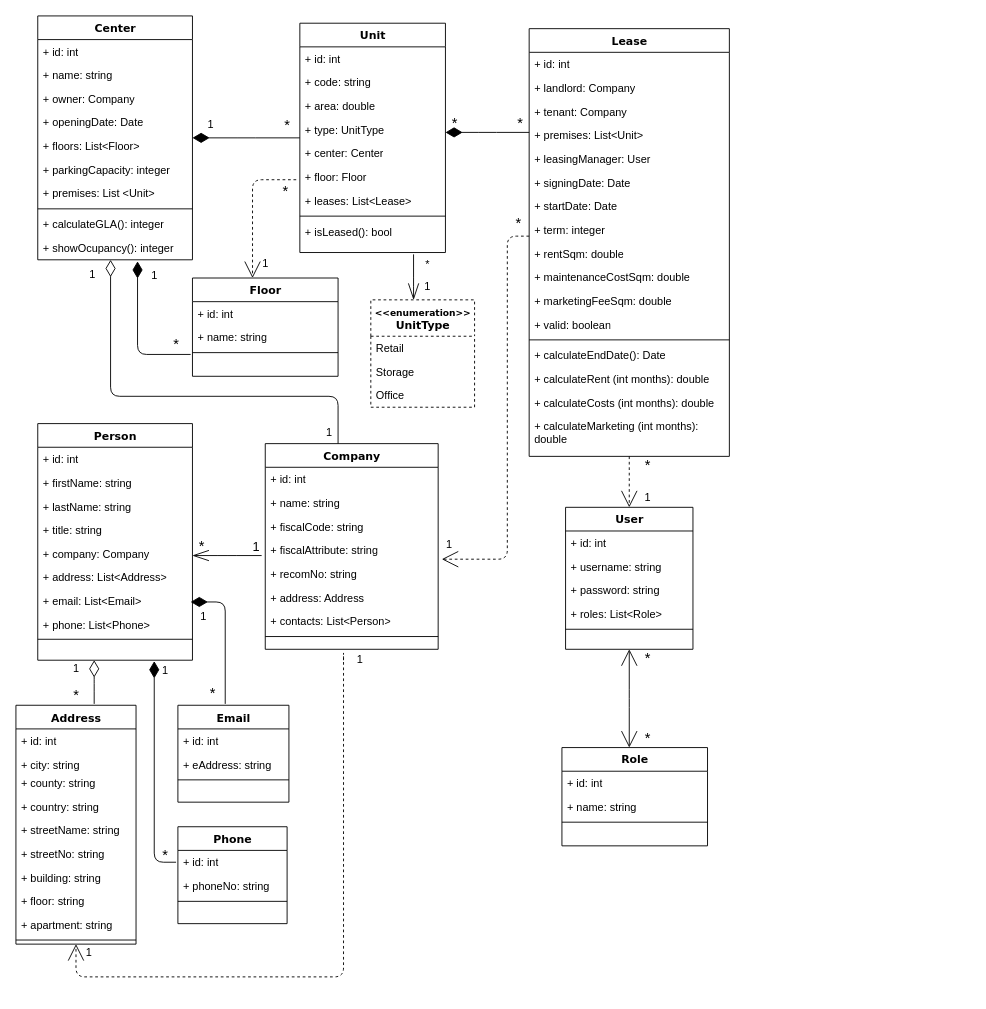
roxanamustata/RentAll keeps this draw.io diagram as Documentation/RentAll Diagram.drawio. Above is the earlier version. Source tidied: cells renumbered, new cells numbered last; positions are measured from the earlier drawing's top-left corner, leaving out a move shared by most shapes. Both pictures are drawn from the tidied source at 91%, with x=0, y=0 at pixel (15, 15).
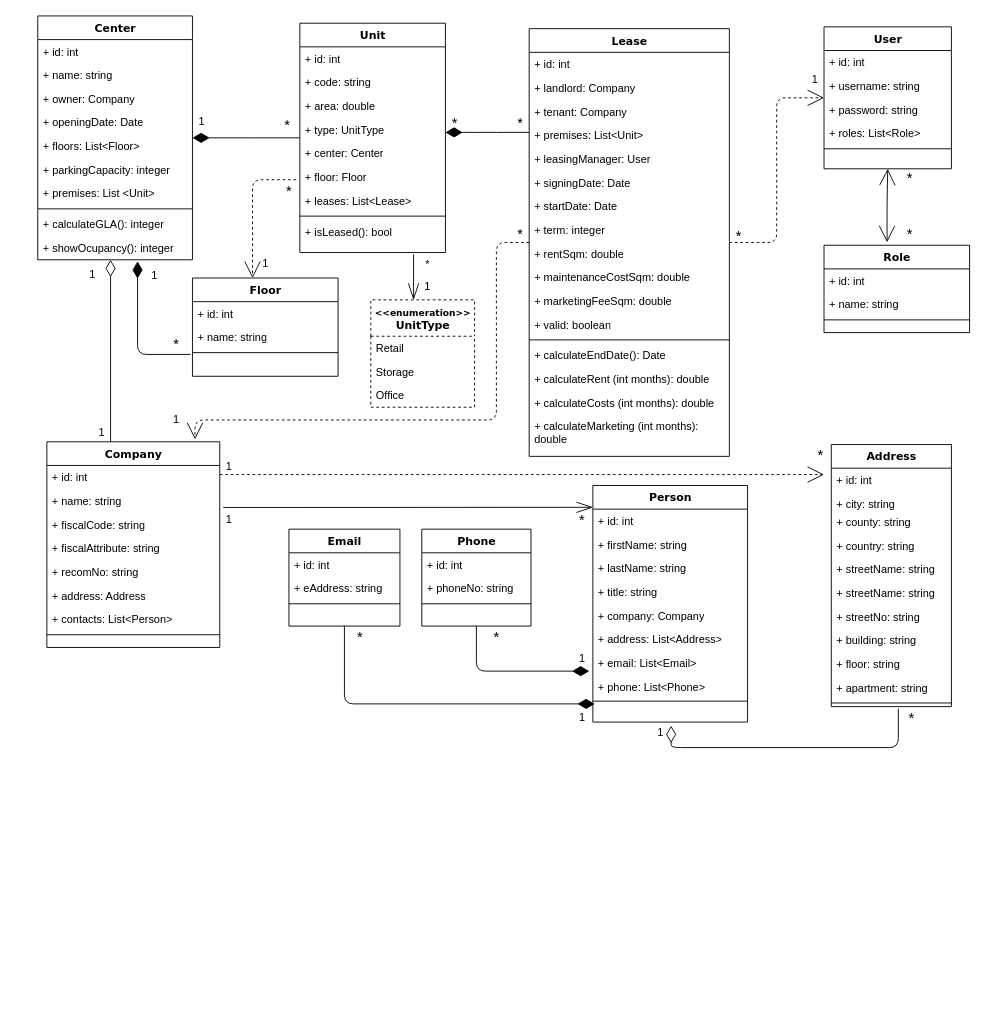
After the change.

The change refers to these unchanged cells:
```xml
<mxCell id="3" value="Center" style="swimlane;html=1;fontStyle=1;align=center;verticalAlign=top;horizontal=1;startSize=26;swimlaneFillColor=#ffffff;rounded=0;shadow=0;comic=0;labelBackgroundColor=none;strokeWidth=1;fillColor=none;fontFamily=Verdana;fontSize=12;" parent="1" vertex="1">
  <mxGeometry x="24" width="170" height="268" as="geometry" />
</mxCell>
<mxCell id="24" value="Lease" style="swimlane;html=1;fontStyle=1;align=center;verticalAlign=top;horizontal=1;startSize=26;swimlaneFillColor=#ffffff;rounded=0;shadow=0;comic=0;labelBackgroundColor=none;strokeWidth=1;fillColor=none;fontFamily=Verdana;fontSize=12;" parent="1" vertex="1">
  <mxGeometry x="564" y="14" width="220" height="470" as="geometry" />
</mxCell>
<mxCell id="51" style="line;html=1;strokeWidth=1;fillColor=none;align=left;verticalAlign=middle;spacingTop=-1;spacingLeft=3;spacingRight=3;labelPosition=right;points=[];portConstraint=eastwest;" parent="42" vertex="1">
  <mxGeometry y="234" width="170" height="6" as="geometry" />
</mxCell>
<mxCell id="54" value="+ name: string" style="text;html=1;strokeColor=none;fillColor=none;align=left;verticalAlign=top;spacingLeft=4;spacingRight=4;whiteSpace=wrap;overflow=hidden;points=[[0,0.5],[1,0.5]];portConstraint=eastwest;" parent="52" vertex="1">
  <mxGeometry y="52" width="190" height="26" as="geometry" />
</mxCell>
```

Change to the diagram source:
```diff
@@
     <mxCell id="2" style="edgeStyle=orthogonalEdgeStyle;html=1;labelBackgroundColor=none;startFill=0;startSize=8;endArrow=diamondThin;endFill=0;endSize=16;fontFamily=Verdana;fontSize=12;" parent="1" edge="1" source="52" target="3">
       <mxGeometry relative="1" as="geometry">
         <Array as="points">
-          <mxPoint x="354" y="418" />
-          <mxPoint x="104" y="418" />
+          <mxPoint x="104" y="432" />
+          <mxPoint x="104" y="432" />
         </Array>
       </mxGeometry>
     </mxCell>
@@
     <mxCell id="42" value="Person" style="swimlane;html=1;fontStyle=1;align=center;verticalAlign=top;horizontal=1;startSize=26;swimlaneFillColor=#ffffff;rounded=0;shadow=0;comic=0;labelBackgroundColor=none;strokeWidth=1;fillColor=none;fontFamily=Verdana;fontSize=12;" parent="1" vertex="1">
-      <mxGeometry x="24" y="448" width="170" height="260" as="geometry" />
+      <mxGeometry x="634" y="516" width="170" height="260" as="geometry" />
     </mxCell>
@@
     <mxCell id="52" value="Company" style="swimlane;html=1;fontStyle=1;align=center;verticalAlign=top;horizontal=1;startSize=26;swimlaneFillColor=#ffffff;rounded=0;shadow=0;comic=0;labelBackgroundColor=none;strokeWidth=1;fillColor=none;fontFamily=Verdana;fontSize=12;" parent="1" vertex="1">
-      <mxGeometry x="274" y="470" width="190" height="226" as="geometry" />
+      <mxGeometry x="34" y="468" width="190" height="226" as="geometry" />
     </mxCell>
@@
-    <mxCell id="61" style="edgeStyle=orthogonalEdgeStyle;html=1;labelBackgroundColor=none;startFill=0;startSize=8;endArrow=open;endFill=0;endSize=16;fontFamily=Verdana;fontSize=12;dashed=1;" parent="1" edge="1" source="24">
+    <mxCell id="61" style="edgeStyle=orthogonalEdgeStyle;html=1;labelBackgroundColor=none;startFill=0;startSize=8;endArrow=open;endFill=0;endSize=16;fontFamily=Verdana;fontSize=12;dashed=1;entryX=0.857;entryY=-0.012;entryDx=0;entryDy=0;entryPerimeter=0;" parent="1" edge="1" source="24" target="52">
       <mxGeometry relative="1" as="geometry">
-        <mxPoint x="468" y="597" as="targetPoint" />
         <Array as="points">
-          <mxPoint x="540" y="242" />
-          <mxPoint x="540" y="597" />
-          <mxPoint x="468" y="597" />
+          <mxPoint x="528" y="249" />
+          <mxPoint x="528" y="444" />
+          <mxPoint x="197" y="444" />
         </Array>
       </mxGeometry>
     </mxCell>
@@
     <mxCell id="63" value="User" style="swimlane;html=1;fontStyle=1;align=center;verticalAlign=top;horizontal=1;startSize=26;swimlaneFillColor=#ffffff;rounded=0;shadow=0;comic=0;labelBackgroundColor=none;strokeWidth=1;fillColor=none;fontFamily=Verdana;fontSize=12;" parent="1" vertex="1">
-      <mxGeometry x="604" y="540" width="140" height="156" as="geometry" />
+      <mxGeometry x="888" y="12" width="140" height="156" as="geometry" />
     </mxCell>
@@
     <mxCell id="69" value="Role" style="swimlane;html=1;fontStyle=1;align=center;verticalAlign=top;horizontal=1;startSize=26;swimlaneFillColor=#ffffff;rounded=0;shadow=0;comic=0;labelBackgroundColor=none;strokeWidth=1;fillColor=none;fontFamily=Verdana;fontSize=12;" parent="1" vertex="1">
-      <mxGeometry x="600" y="804" width="160" height="108" as="geometry" />
+      <mxGeometry x="888" y="252" width="160" height="96" as="geometry" />
     </mxCell>
@@
     <mxCell id="75" value="1" style="text;html=1;align=center;verticalAlign=middle;" parent="1" vertex="1">
-      <mxGeometry x="204" y="110" width="20" height="20" as="geometry" />
+      <mxGeometry x="194" y="106" width="20" height="20" as="geometry" />
     </mxCell>
@@
     <mxCell id="80" value="1" style="text;html=1;align=center;verticalAlign=middle;" parent="1" vertex="1">
-      <mxGeometry x="334" y="448" width="20" height="20" as="geometry" />
+      <mxGeometry x="84" y="448" width="20" height="20" as="geometry" />
     </mxCell>
-    <mxCell id="81" value="&lt;font style=&quot;font-size: 14px&quot;&gt;1&lt;/font&gt;" style="text;html=1;align=center;verticalAlign=middle;" parent="1" vertex="1">
-      <mxGeometry x="254" y="572.5" width="20" height="20" as="geometry" />
+    <mxCell id="81" value="&lt;font style=&quot;font-size: 12px&quot;&gt;1&lt;/font&gt;" style="text;html=1;align=center;verticalAlign=middle;" parent="1" vertex="1">
+      <mxGeometry x="222" y="542" width="24" height="24" as="geometry" />
     </mxCell>
     <mxCell id="82" value="&lt;font style=&quot;font-size: 16px&quot;&gt;*&lt;/font&gt;" style="text;html=1;align=center;verticalAlign=middle;" parent="1" vertex="1">
-      <mxGeometry x="194" y="573" width="20" height="20" as="geometry" />
+      <mxGeometry x="612" y="544" width="20" height="20" as="geometry" />
     </mxCell>
-    <mxCell id="83" style="edgeStyle=elbowEdgeStyle;html=1;labelBackgroundColor=none;startFill=0;startSize=8;endArrow=openThin;endFill=0;endSize=16;fontFamily=Verdana;fontSize=12;elbow=vertical;" parent="1" edge="1">
-      <mxGeometry relative="1" as="geometry">
-        <mxPoint x="270" y="593" as="sourcePoint" />
-        <mxPoint x="194" y="593" as="targetPoint" />
-      </mxGeometry>
-    </mxCell>
-    <mxCell id="84" style="edgeStyle=elbowEdgeStyle;html=1;labelBackgroundColor=none;startFill=0;startSize=16;endArrow=open;endFill=0;endSize=16;fontFamily=Verdana;fontSize=12;elbow=vertical;entryX=0.5;entryY=1;entryDx=0;entryDy=0;startArrow=open;" parent="1" edge="1" target="63">
-      <mxGeometry relative="1" as="geometry">
-        <mxPoint x="674" y="804" as="sourcePoint" />
-      </mxGeometry>
+    <mxCell id="84" style="edgeStyle=elbowEdgeStyle;html=1;labelBackgroundColor=none;startFill=0;startSize=16;endArrow=open;endFill=0;endSize=16;fontFamily=Verdana;fontSize=12;elbow=vertical;entryX=0.5;entryY=1;entryDx=0;entryDy=0;startArrow=open;exitX=0.433;exitY=-0.034;exitDx=0;exitDy=0;exitPerimeter=0;" parent="1" edge="1" source="69" target="63">
+      <mxGeometry relative="1" as="geometry" />
     </mxCell>
     <mxCell id="85" value="&lt;font style=&quot;font-size: 16px&quot;&gt;*&lt;/font&gt;" style="text;html=1;align=center;verticalAlign=middle;" parent="1" vertex="1">
-      <mxGeometry x="684" y="696" width="20" height="20" as="geometry" />
+      <mxGeometry x="972" y="230" width="20" height="20" as="geometry" />
     </mxCell>
     <mxCell id="86" value="&lt;font style=&quot;font-size: 16px&quot;&gt;*&lt;/font&gt;" style="text;html=1;align=center;verticalAlign=middle;" parent="1" vertex="1">
-      <mxGeometry x="684" y="784" width="20" height="20" as="geometry" />
+      <mxGeometry x="972" y="168" width="20" height="20" as="geometry" />
     </mxCell>
     <mxCell id="87" value="&lt;font style=&quot;font-size: 16px&quot;&gt;*&lt;/font&gt;" style="text;html=1;align=center;verticalAlign=middle;" parent="1" vertex="1">
-      <mxGeometry x="684" y="484" width="20" height="20" as="geometry" />
+      <mxGeometry x="784" y="232" width="20" height="20" as="geometry" />
     </mxCell>
     <mxCell id="88" value="1" style="text;html=1;align=center;verticalAlign=middle;" parent="1" vertex="1">
-      <mxGeometry x="684" y="520" width="20" height="20" as="geometry" />
+      <mxGeometry x="868" y="60" width="20" height="20" as="geometry" />
     </mxCell>
     <mxCell id="89" value="&lt;font style=&quot;font-size: 16px&quot;&gt;*&lt;/font&gt;" style="text;html=1;align=center;verticalAlign=middle;" parent="1" vertex="1">
-      <mxGeometry x="540" y="216" width="24" height="24" as="geometry" />
+      <mxGeometry x="542" y="228" width="24" height="24" as="geometry" />
     </mxCell>
     <mxCell id="90" value="1" style="text;html=1;align=center;verticalAlign=middle;" parent="1" vertex="1">
-      <mxGeometry x="464" y="569" width="24" height="24" as="geometry" />
+      <mxGeometry x="222" y="484" width="24" height="24" as="geometry" />
     </mxCell>
     <mxCell id="91" value="Address" style="swimlane;html=1;fontStyle=1;align=center;verticalAlign=top;horizontal=1;startSize=26;swimlaneFillColor=#ffffff;rounded=0;shadow=0;comic=0;labelBackgroundColor=none;strokeWidth=1;fillColor=none;fontFamily=Verdana;fontSize=12;" parent="1" vertex="1">
-      <mxGeometry y="757.5" width="132" height="262.5" as="geometry" />
+      <mxGeometry x="896" y="471" width="132" height="288" as="geometry" />
     </mxCell>
@@
+    <mxCell id="139" value="+ streetName: string" style="text;html=1;strokeColor=none;fillColor=none;align=left;verticalAlign=top;spacingLeft=4;spacingRight=4;whiteSpace=wrap;overflow=hidden;" parent="91" vertex="1">
+      <mxGeometry y="124" width="132" height="26" as="geometry" />
+    </mxCell>
     <mxCell id="96" value="+ streetName: string" style="text;html=1;strokeColor=none;fillColor=none;align=left;verticalAlign=top;spacingLeft=4;spacingRight=4;whiteSpace=wrap;overflow=hidden;" parent="91" vertex="1">
-      <mxGeometry y="124" width="132" height="26" as="geometry" />
+      <mxGeometry y="150" width="132" height="26" as="geometry" />
     </mxCell>
     <mxCell id="97" value="+ streetNo: string" style="text;html=1;strokeColor=none;fillColor=none;align=left;verticalAlign=top;spacingLeft=4;spacingRight=4;whiteSpace=wrap;overflow=hidden;" parent="91" vertex="1">
-      <mxGeometry y="150" width="132" height="26" as="geometry" />
+      <mxGeometry y="176" width="132" height="26" as="geometry" />
     </mxCell>
     <mxCell id="98" value="+ building: string&lt;br&gt;" style="text;html=1;strokeColor=none;fillColor=none;align=left;verticalAlign=top;spacingLeft=4;spacingRight=4;whiteSpace=wrap;overflow=hidden;" parent="91" vertex="1">
-      <mxGeometry y="176" width="132" height="26" as="geometry" />
+      <mxGeometry y="202" width="132" height="26" as="geometry" />
     </mxCell>
     <mxCell id="99" value="+ floor: string" style="text;html=1;strokeColor=none;fillColor=none;align=left;verticalAlign=top;spacingLeft=4;spacingRight=4;whiteSpace=wrap;overflow=hidden;" parent="91" vertex="1">
-      <mxGeometry y="202" width="132" height="26" as="geometry" />
+      <mxGeometry y="228" width="132" height="26" as="geometry" />
     </mxCell>
     <mxCell id="100" value="+ apartment: string" style="text;html=1;strokeColor=none;fillColor=none;align=left;verticalAlign=top;spacingLeft=4;spacingRight=4;whiteSpace=wrap;overflow=hidden;" parent="91" vertex="1">
-      <mxGeometry y="228" width="132" height="26" as="geometry" />
+      <mxGeometry y="254" width="132" height="26" as="geometry" />
     </mxCell>
     <mxCell id="101" style="line;html=1;strokeWidth=1;fillColor=none;align=left;verticalAlign=middle;spacingTop=-1;spacingLeft=3;spacingRight=3;labelPosition=right;points=[];portConstraint=eastwest;" parent="91" vertex="1">
-      <mxGeometry y="254" width="132" height="8" as="geometry" />
+      <mxGeometry y="280" width="132" height="8" as="geometry" />
     </mxCell>
     <mxCell id="102" value="Email" style="swimlane;html=1;fontStyle=1;align=center;verticalAlign=top;horizontal=1;startSize=26;swimlaneFillColor=#ffffff;rounded=0;shadow=0;comic=0;labelBackgroundColor=none;strokeWidth=1;fillColor=none;fontFamily=Verdana;fontSize=12;" parent="1" vertex="1">
-      <mxGeometry x="178" y="757.5" width="122" height="106.5" as="geometry" />
+      <mxGeometry x="300" y="564" width="122" height="106.5" as="geometry" />
     </mxCell>
@@
     <mxCell id="106" value="Phone" style="swimlane;html=1;fontStyle=1;align=center;verticalAlign=top;horizontal=1;startSize=26;swimlaneFillColor=#ffffff;rounded=0;shadow=0;comic=0;labelBackgroundColor=none;strokeWidth=1;fillColor=none;fontFamily=Verdana;fontSize=12;" parent="1" vertex="1">
-      <mxGeometry x="178" y="891" width="120" height="106.5" as="geometry" />
+      <mxGeometry x="446" y="564" width="120" height="106.5" as="geometry" />
     </mxCell>
@@
     <mxCell id="115" value="&lt;font style=&quot;font-size: 16px&quot;&gt;*&lt;/font&gt;" style="text;html=1;align=center;verticalAlign=middle;" parent="1" vertex="1">
-      <mxGeometry x="284" y="180" width="24" height="24" as="geometry" />
+      <mxGeometry x="288" y="180" width="24" height="24" as="geometry" />
     </mxCell>
@@
-    <mxCell id="120" style="edgeStyle=elbowEdgeStyle;html=1;labelBackgroundColor=none;startFill=0;startSize=8;endArrow=diamondThin;endFill=0;endSize=16;fontFamily=Verdana;fontSize=12;elbow=vertical;" parent="1" edge="1">
+    <mxCell id="120" style="edgeStyle=elbowEdgeStyle;html=1;labelBackgroundColor=none;startFill=0;startSize=8;endArrow=diamondThin;endFill=0;endSize=16;fontFamily=Verdana;fontSize=12;elbow=vertical;exitX=0.558;exitY=1.275;exitDx=0;exitDy=0;exitPerimeter=0;" parent="1" edge="1" source="101">
       <mxGeometry relative="1" as="geometry">
-        <mxPoint x="86" y="756" as="sourcePoint" />
-        <mxPoint x="86" y="708" as="targetPoint" />
+        <mxPoint x="720" y="780" as="targetPoint" />
+        <Array as="points">
+          <mxPoint x="840" y="804" />
+          <mxPoint x="576" y="792" />
+        </Array>
       </mxGeometry>
     </mxCell>
-    <mxCell id="121" style="edgeStyle=elbowEdgeStyle;html=1;labelBackgroundColor=none;startFill=0;startSize=8;endArrow=diamondThin;endFill=1;endSize=16;fontFamily=Verdana;fontSize=12;elbow=vertical;" parent="1" edge="1">
+    <mxCell id="121" style="edgeStyle=elbowEdgeStyle;html=1;labelBackgroundColor=none;startFill=0;startSize=8;endArrow=diamondThin;endFill=1;endSize=16;fontFamily=Verdana;fontSize=12;elbow=vertical;exitX=0.5;exitY=1;exitDx=0;exitDy=0;entryX=0.012;entryY=1;entryDx=0;entryDy=0;entryPerimeter=0;" parent="1" edge="1" source="102" target="51">
       <mxGeometry relative="1" as="geometry">
-        <mxPoint x="230" y="756" as="sourcePoint" />
-        <mxPoint x="192" y="644" as="targetPoint" />
         <Array as="points">
-          <mxPoint x="244.5" y="644" />
-          <mxPoint x="229.5" y="644" />
+          <mxPoint x="492" y="756" />
         </Array>
       </mxGeometry>
     </mxCell>
-    <mxCell id="122" style="edgeStyle=elbowEdgeStyle;html=1;labelBackgroundColor=none;startFill=0;startSize=8;endArrow=diamondThin;endFill=1;endSize=16;fontFamily=Verdana;fontSize=12;elbow=vertical;entryX=0;entryY=0.042;entryDx=0;entryDy=0;entryPerimeter=0;" parent="1" edge="1" target="125">
+    <mxCell id="122" style="edgeStyle=elbowEdgeStyle;html=1;labelBackgroundColor=none;startFill=0;startSize=8;endArrow=diamondThin;endFill=1;endSize=16;fontFamily=Verdana;fontSize=12;elbow=vertical;exitX=0.5;exitY=1;exitDx=0;exitDy=0;entryX=0.836;entryY=1.064;entryDx=0;entryDy=0;entryPerimeter=0;" parent="1" edge="1" source="106" target="125">
       <mxGeometry relative="1" as="geometry">
-        <mxPoint x="176" y="930" as="sourcePoint" />
         <Array as="points">
-          <mxPoint x="151" y="930" />
+          <mxPoint x="540" y="720" />
         </Array>
       </mxGeometry>
     </mxCell>
     <mxCell id="123" value="1" style="text;html=1;align=center;verticalAlign=middle;" parent="1" vertex="1">
-      <mxGeometry x="54" y="706" width="24" height="24" as="geometry" />
+      <mxGeometry x="696" y="776" width="24" height="24" as="geometry" />
     </mxCell>
     <mxCell id="124" value="&lt;font style=&quot;font-size: 16px&quot;&gt;*&lt;/font&gt;" style="text;html=1;align=center;verticalAlign=middle;" parent="1" vertex="1">
-      <mxGeometry x="54" y="733.5" width="24" height="24" as="geometry" />
+      <mxGeometry x="972" y="759" width="24" height="24" as="geometry" />
     </mxCell>
     <mxCell id="125" value="1" style="text;html=1;align=center;verticalAlign=middle;points=[];" parent="1" vertex="1">
-      <mxGeometry x="152" y="708" width="24" height="24" as="geometry" />
+      <mxGeometry x="610" y="694.5" width="24" height="24" as="geometry" />
     </mxCell>
     <mxCell id="126" value="&lt;font style=&quot;font-size: 16px&quot;&gt;*&lt;/font&gt;" style="text;html=1;align=center;verticalAlign=middle;" parent="1" vertex="1">
-      <mxGeometry x="152" y="910" width="24" height="24" as="geometry" />
+      <mxGeometry x="516" y="670.5" width="24" height="24" as="geometry" />
     </mxCell>
     <mxCell id="127" value="1" style="text;html=1;align=center;verticalAlign=middle;" parent="1" vertex="1">
-      <mxGeometry x="194" y="648" width="24" height="24" as="geometry" />
+      <mxGeometry x="610" y="759" width="24" height="24" as="geometry" />
     </mxCell>
     <mxCell id="128" value="&lt;font style=&quot;font-size: 16px&quot;&gt;*&lt;/font&gt;" style="text;html=1;align=center;verticalAlign=middle;" parent="1" vertex="1">
-      <mxGeometry x="204" y="732" width="24" height="24" as="geometry" />
+      <mxGeometry x="366" y="670.5" width="24" height="24" as="geometry" />
     </mxCell>
-    <mxCell id="129" style="edgeStyle=orthogonalEdgeStyle;html=1;labelBackgroundColor=none;startFill=0;startSize=8;endArrow=open;endFill=0;endSize=16;fontFamily=Verdana;fontSize=12;entryX=0.5;entryY=1;entryDx=0;entryDy=0;dashed=1;" parent="1" edge="1" target="91">
+    <mxCell id="129" style="edgeStyle=orthogonalEdgeStyle;html=1;labelBackgroundColor=none;startFill=0;startSize=8;endArrow=open;endFill=0;endSize=16;fontFamily=Verdana;fontSize=12;dashed=1;" parent="1" edge="1">
       <mxGeometry relative="1" as="geometry">
-        <mxPoint x="360" y="708" as="sourcePoint" />
-        <Array as="points">
-          <mxPoint x="360" y="696" />
-          <mxPoint x="360" y="1056" />
-          <mxPoint x="66" y="1056" />
-        </Array>
+        <mxPoint x="224" y="504" as="sourcePoint" />
+        <mxPoint x="888" y="504" as="targetPoint" />
       </mxGeometry>
     </mxCell>
-    <mxCell id="130" value="1" style="text;html=1;align=center;verticalAlign=middle;" parent="1" vertex="1">
-      <mxGeometry x="366" y="696" width="24" height="24" as="geometry" />
-    </mxCell>
     <mxCell id="131" value="1" style="text;html=1;align=center;verticalAlign=middle;" parent="1" vertex="1">
-      <mxGeometry x="68" y="1018" width="24" height="24" as="geometry" />
+      <mxGeometry x="164" y="432" width="24" height="24" as="geometry" />
     </mxCell>
@@
+    <mxCell id="140" value="&lt;font style=&quot;font-size: 16px&quot;&gt;*&lt;/font&gt;" style="text;html=1;align=center;verticalAlign=middle;strokeColor=none;" parent="1" vertex="1">
+      <mxGeometry x="872" y="471" width="24" height="24" as="geometry" />
+    </mxCell>
+    <mxCell id="141" style="edgeStyle=elbowEdgeStyle;html=1;labelBackgroundColor=none;startFill=0;startSize=8;endArrow=openThin;endFill=0;endSize=16;fontFamily=Verdana;fontSize=12;elbow=vertical;exitX=1.02;exitY=0.776;exitDx=0;exitDy=0;exitPerimeter=0;" parent="1" edge="1" source="54">
+      <mxGeometry relative="1" as="geometry">
+        <mxPoint x="634" y="540" as="targetPoint" />
+      </mxGeometry>
+    </mxCell>
```
